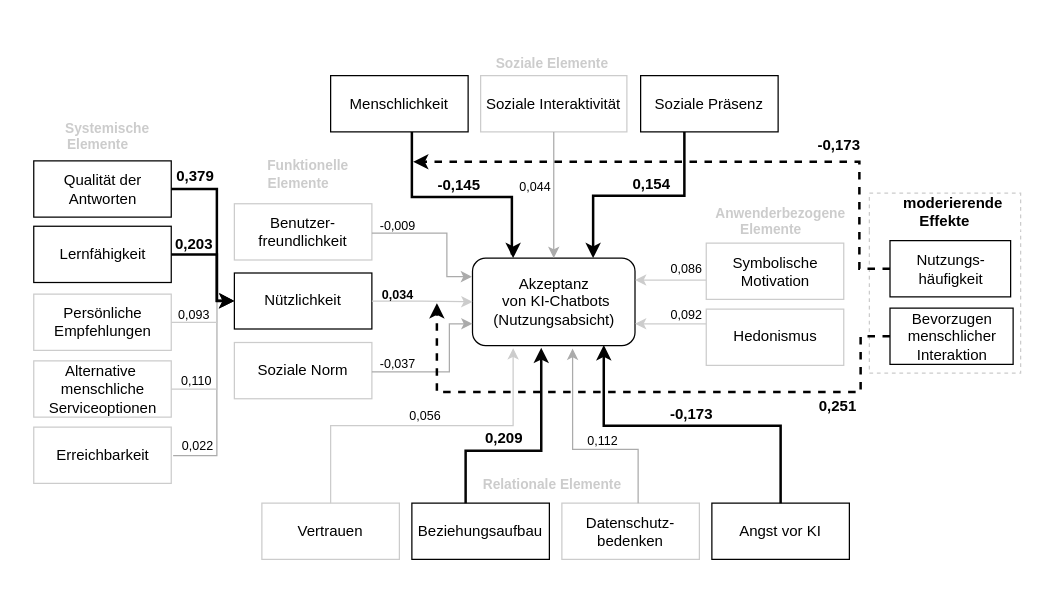
Above: page "Moderator" (6 of 6) of sRAM.drawio in Frododo12/Web-Technologie (draw.io), before the change. Source tidied: cells renumbered, new cells numbered last; positions are measured from the earlier drawing's top-left corner, leaving out a move shared by most shapes. Both pictures are drawn from the tidied source at 125%, with x=0, y=0 at pixel (21, 31).
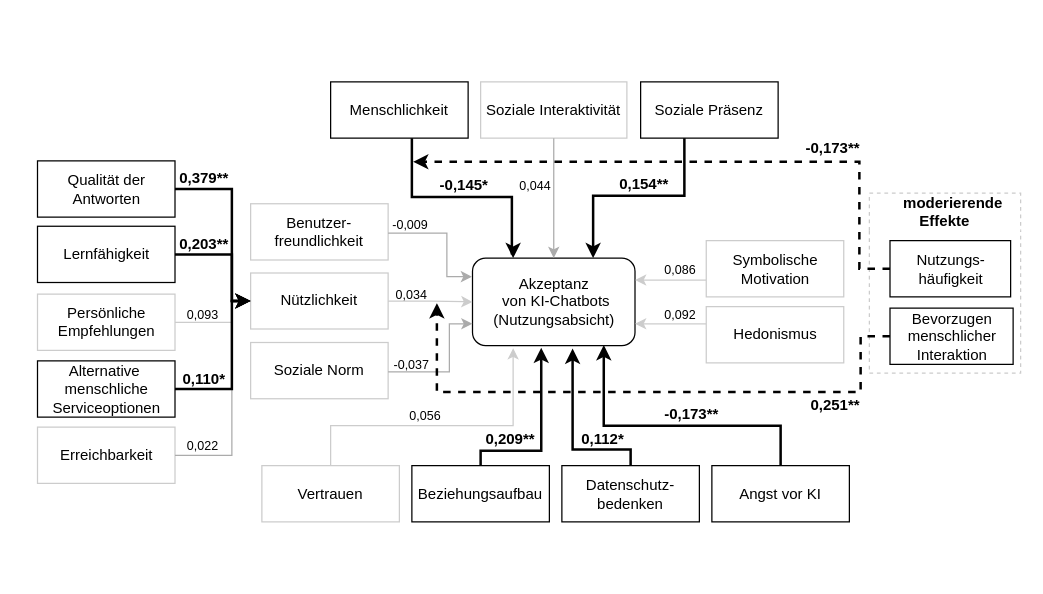
The same page after the edit.

Unchanged cells that the change refers to:
```xml
<mxCell id="2" value="Akzeptanz&lt;br&gt;&amp;nbsp;von KI-Chatbots&lt;br&gt;(Nutzungsabsicht)" style="rounded=1;whiteSpace=wrap;html=1;glass=0;shadow=0;strokeWidth=1;" parent="1" vertex="1">
  <mxGeometry x="360.5" y="181" width="130" height="70" as="geometry" />
</mxCell>
<mxCell id="20" value="Qualität der Antworten" style="rounded=0;whiteSpace=wrap;html=1;" parent="19" vertex="1">
  <mxGeometry x="9.5" y="42.2" width="110" height="45" as="geometry" />
</mxCell>
<mxCell id="21" value="Lernfähigkeit" style="rounded=0;whiteSpace=wrap;html=1;" parent="19" vertex="1">
  <mxGeometry x="9.5" y="94.5" width="110" height="45" as="geometry" />
</mxCell>
<mxCell id="22" value="Persönliche&lt;br&gt;Empfehlungen" style="rounded=0;whiteSpace=wrap;html=1;strokeColor=#CCCCCC;" parent="19" vertex="1">
  <mxGeometry x="9.5" y="148.8" width="110" height="45" as="geometry" />
</mxCell>
<mxCell id="24" value="Erreichbarkeit" style="rounded=0;whiteSpace=wrap;html=1;strokeColor=#CCCCCC;" parent="19" vertex="1">
  <mxGeometry x="9.5" y="255.2" width="110" height="45" as="geometry" />
</mxCell>
```

What changed in the source:
```diff
@@
+    <mxCell id="51" style="edgeStyle=orthogonalEdgeStyle;rounded=0;jettySize=auto;html=1;entryX=0;entryY=0.5;entryDx=0;entryDy=0;strokeWidth=1;strokeColor=#CCCCCC;" parent="1" edge="1" source="22" target="9">
+      <mxGeometry relative="1" as="geometry">
+        <Array as="points">
+          <mxPoint x="168" y="232" />
+          <mxPoint x="168" y="215" />
+        </Array>
+      </mxGeometry>
+    </mxCell>
@@
-    <mxCell id="3" value="&lt;font style=&quot;font-size: 11px;&quot;&gt;&lt;br&gt;Relationale Elemente&lt;/font&gt;" style="swimlane;whiteSpace=wrap;html=1;fillColor=#FFFFFF;strokeColor=none;swimlaneLine=0;verticalAlign=middle;fontColor=#CCCCCC;" parent="1" vertex="1">
-      <mxGeometry x="177" y="342" width="495" height="90" as="geometry" />
+    <mxCell id="3" style="swimlane;whiteSpace=wrap;html=1;fillColor=#FFFFFF;strokeColor=none;swimlaneLine=0;verticalAlign=middle;fontColor=#CCCCCC;" parent="1" vertex="1">
+      <mxGeometry x="177" y="326" width="495" height="101" as="geometry" />
     </mxCell>
-    <mxCell id="4" value="Datenschutz-bedenken" style="rounded=0;whiteSpace=wrap;html=1;strokeColor=#CCCCCC;" parent="3" vertex="1">
-      <mxGeometry x="255" y="35" width="110" height="45" as="geometry" />
-    </mxCell>
-    <mxCell id="5" value="Beziehungsaufbau" style="rounded=0;whiteSpace=wrap;html=1;" parent="3" vertex="1">
-      <mxGeometry x="135" y="35" width="110" height="45" as="geometry" />
-    </mxCell>
-    <mxCell id="6" value="Vertrauen" style="rounded=0;whiteSpace=wrap;html=1;strokeColor=#CCCCCC;" parent="3" vertex="1">
-      <mxGeometry x="15" y="35" width="110" height="45" as="geometry" />
-    </mxCell>
-    <mxCell id="7" value="Angst vor KI" style="rounded=0;whiteSpace=wrap;html=1;" parent="3" vertex="1">
-      <mxGeometry x="375" y="35" width="110" height="45" as="geometry" />
-    </mxCell>
-    <mxCell id="8" value="&lt;font color=&quot;#cccccc&quot;&gt;&amp;nbsp; &amp;nbsp; &amp;nbsp;Funktionelle Elemente&lt;/font&gt;" style="swimlane;whiteSpace=wrap;html=1;fillColor=#FFFFFF;startSize=29;strokeColor=none;fontSize=11;swimlaneLine=0;" parent="1" vertex="1">
-      <mxGeometry x="158" y="99" width="127" height="200" as="geometry" />
+    <mxCell id="8" value="&lt;font color=&quot;#cccccc&quot;&gt;&lt;br&gt;&lt;br&gt;&lt;/font&gt;" style="swimlane;whiteSpace=wrap;html=1;fillColor=#FFFFFF;startSize=29;strokeColor=none;fontSize=11;swimlaneLine=0;" parent="1" vertex="1">
+      <mxGeometry x="171" y="99" width="127" height="200" as="geometry" />
     </mxCell>
-    <mxCell id="9" value="Nützlichkeit" style="rounded=0;whiteSpace=wrap;html=1;strokeColor=#000000;" parent="8" vertex="1">
+    <mxCell id="9" value="Nützlichkeit" style="rounded=0;whiteSpace=wrap;html=1;strokeColor=#CCCCCC;" parent="8" vertex="1">
       <mxGeometry x="12" y="93.9" width="110" height="44.8" as="geometry" />
     </mxCell>
@@
-    <mxCell id="12" value="&lt;br&gt;&lt;br&gt;Soziale Elemente" style="swimlane;whiteSpace=wrap;html=1;fillColor=#FFFFFF;glass=0;shadow=0;strokeColor=none;fontSize=11;swimlaneLine=0;fontColor=#CCCCCC;" parent="1" vertex="1">
+    <mxCell id="12" value="&lt;br&gt;&lt;br&gt;&lt;br&gt;" style="swimlane;whiteSpace=wrap;html=1;fillColor=#FFFFFF;glass=0;shadow=0;strokeColor=none;fontSize=11;swimlaneLine=0;fontColor=#CCCCCC;" parent="1" vertex="1">
       <mxGeometry x="232" width="385" height="90" as="geometry" />
     </mxCell>
     <mxCell id="13" value="Soziale Interaktivität" style="rounded=0;whiteSpace=wrap;html=1;strokeColor=#CCCCCC;" parent="12" vertex="1">
-      <mxGeometry x="135" y="35" width="117" height="45" as="geometry" />
+      <mxGeometry x="135" y="40" width="117" height="45" as="geometry" />
     </mxCell>
     <mxCell id="14" value="Soziale Präsenz" style="rounded=0;whiteSpace=wrap;html=1;" parent="12" vertex="1">
-      <mxGeometry x="263" y="35" width="110" height="45" as="geometry" />
+      <mxGeometry x="263" y="40" width="110" height="45" as="geometry" />
     </mxCell>
     <mxCell id="15" value="Menschlichkeit" style="rounded=0;whiteSpace=wrap;html=1;" parent="12" vertex="1">
-      <mxGeometry x="15" y="35" width="110" height="45" as="geometry" />
+      <mxGeometry x="15" y="40" width="110" height="45" as="geometry" />
     </mxCell>
-    <mxCell id="16" value="&lt;br&gt;&amp;nbsp; &amp;nbsp; &amp;nbsp;Anwenderbezogene&lt;br style=&quot;border-color: var(--border-color); font-size: 11px;&quot;&gt;Elemente" style="swimlane;whiteSpace=wrap;html=1;startSize=30;fillColor=#FFFFFF;strokeColor=none;fontSize=11;swimlaneLine=0;fontColor=#CCCCCC;" parent="1" vertex="1">
-      <mxGeometry x="533" y="130" width="133" height="147" as="geometry" />
+    <mxCell id="16" style="swimlane;whiteSpace=wrap;html=1;startSize=30;fillColor=#FFFFFF;strokeColor=none;fontSize=11;swimlaneLine=0;fontColor=#CCCCCC;" parent="1" vertex="1">
+      <mxGeometry x="533" y="128" width="133" height="147" as="geometry" />
     </mxCell>
@@
-    <mxCell id="19" value="&lt;br&gt;&amp;nbsp; &amp;nbsp; &amp;nbsp;Systemische &lt;br style=&quot;font-size: 11px;&quot;&gt;Elemente" style="swimlane;whiteSpace=wrap;html=1;startSize=32;fillColor=#FFFFFF;strokeColor=none;fontSize=11;swimlaneLine=0;fontColor=#CCCCCC;" parent="1" vertex="1">
-      <mxGeometry y="61" width="122" height="310" as="geometry" />
+    <mxCell id="19" style="swimlane;whiteSpace=wrap;html=1;startSize=32;fillColor=#FFFFFF;strokeColor=none;fontSize=11;swimlaneLine=0;fontColor=#CCCCCC;" parent="1" vertex="1">
+      <mxGeometry x="3" y="61" width="122" height="310" as="geometry" />
     </mxCell>
@@
-    <mxCell id="23" value="Alternative&amp;nbsp;&lt;br&gt;menschliche Serviceoptionen" style="rounded=0;whiteSpace=wrap;html=1;strokeColor=#CCCCCC;" parent="19" vertex="1">
+    <mxCell id="23" value="Alternative&amp;nbsp;&lt;br&gt;menschliche Serviceoptionen" style="rounded=0;whiteSpace=wrap;html=1;strokeColor=#000000;" parent="19" vertex="1">
       <mxGeometry x="9.5" y="202.2" width="110" height="45" as="geometry" />
     </mxCell>
@@
-    <mxCell id="33" style="edgeStyle=orthogonalEdgeStyle;rounded=0;jettySize=auto;html=1;entryX=0.616;entryY=1.034;entryDx=0;entryDy=0;entryPerimeter=0;strokeColor=#ababab;" parent="1" edge="1" source="4" target="2">
+    <mxCell id="33" style="edgeStyle=orthogonalEdgeStyle;rounded=0;jettySize=auto;html=1;entryX=0.616;entryY=1.034;entryDx=0;entryDy=0;entryPerimeter=0;strokeColor=#000000;strokeWidth=2;exitX=0.5;exitY=0;exitDx=0;exitDy=0;" parent="1" edge="1" source="4" target="2">
       <mxGeometry relative="1" as="geometry">
         <Array as="points">
-          <mxPoint x="493" y="334" />
+          <mxPoint x="487" y="334" />
           <mxPoint x="441" y="334" />
         </Array>
       </mxGeometry>
     </mxCell>
@@
-    <mxCell id="36" style="edgeStyle=orthogonalEdgeStyle;rounded=0;jettySize=auto;html=1;entryX=0.423;entryY=1.024;entryDx=0;entryDy=0;entryPerimeter=0;strokeColor=#050505;strokeWidth=2;" parent="1" edge="1" source="5" target="2">
+    <mxCell id="36" style="edgeStyle=orthogonalEdgeStyle;rounded=0;jettySize=auto;html=1;entryX=0.423;entryY=1.024;entryDx=0;entryDy=0;entryPerimeter=0;strokeColor=#050505;strokeWidth=2;exitX=0.5;exitY=0;exitDx=0;exitDy=0;" parent="1" edge="1" source="5" target="2">
       <mxGeometry relative="1" as="geometry">
         <Array as="points">
-          <mxPoint x="355" y="335" />
-          <mxPoint x="415" y="335" />
+          <mxPoint x="367" y="335" />
+          <mxPoint x="416" y="335" />
         </Array>
       </mxGeometry>
     </mxCell>
-    <mxCell id="37" value="-0,145" style="text;html=1;strokeColor=none;fillColor=none;align=center;verticalAlign=middle;whiteSpace=wrap;rounded=0;opacity=0;fontSize=12;strokeWidth=1;fontStyle=1;" parent="1" vertex="1">
-      <mxGeometry x="329.5" y="110" width="40" height="25" as="geometry" />
+    <mxCell id="37" value="-0,145*" style="text;html=1;strokeColor=none;fillColor=none;align=center;verticalAlign=middle;whiteSpace=wrap;rounded=0;opacity=0;fontSize=12;strokeWidth=1;fontStyle=1;" parent="1" vertex="1">
+      <mxGeometry x="333.5" y="110" width="40" height="25" as="geometry" />
     </mxCell>
     <mxCell id="38" value="0,044" style="text;html=1;strokeColor=none;fillColor=none;align=center;verticalAlign=middle;whiteSpace=wrap;rounded=0;opacity=0;fontSize=10;" parent="1" vertex="1">
-      <mxGeometry x="391" y="111" width="40" height="25" as="geometry" />
+      <mxGeometry x="391" y="110" width="40" height="25" as="geometry" />
     </mxCell>
     <mxCell id="39" value="&lt;font style=&quot;font-size: 10px;&quot;&gt;-0,009&lt;/font&gt;" style="text;html=1;strokeColor=none;fillColor=none;align=center;verticalAlign=middle;whiteSpace=wrap;rounded=0;opacity=0;fontSize=20;" parent="1" vertex="1">
-      <mxGeometry x="281" y="138" width="40" height="25" as="geometry" />
+      <mxGeometry x="290.5" y="137" width="40" height="25" as="geometry" />
     </mxCell>
-    <mxCell id="40" value="0,154" style="text;html=1;strokeColor=none;fillColor=none;align=center;verticalAlign=middle;whiteSpace=wrap;rounded=0;opacity=0;fontSize=12;fontStyle=1;" parent="1" vertex="1">
-      <mxGeometry x="484" y="109" width="40" height="25" as="geometry" />
+    <mxCell id="40" value="0,154**" style="text;html=1;strokeColor=none;fillColor=none;align=center;verticalAlign=middle;whiteSpace=wrap;rounded=0;opacity=0;fontSize=12;fontStyle=1;" parent="1" vertex="1">
+      <mxGeometry x="478" y="109" width="40" height="25" as="geometry" />
     </mxCell>
     <mxCell id="41" value="&lt;font style=&quot;font-size: 10px;&quot;&gt;-0,037&lt;/font&gt;" style="text;html=1;strokeColor=none;fillColor=none;align=center;verticalAlign=middle;whiteSpace=wrap;rounded=0;opacity=0;fontSize=20;" parent="1" vertex="1">
-      <mxGeometry x="280.5" y="248" width="40" height="25" as="geometry" />
+      <mxGeometry x="291.5" y="249" width="40" height="25" as="geometry" />
     </mxCell>
-    <mxCell id="42" value="&lt;font size=&quot;1&quot; style=&quot;&quot;&gt;0,034&lt;/font&gt;" style="text;html=1;strokeColor=none;fillColor=none;align=center;verticalAlign=middle;whiteSpace=wrap;rounded=0;opacity=0;fontSize=20;fontStyle=1;" parent="1" vertex="1">
-      <mxGeometry x="281" y="193" width="40" height="25" as="geometry" />
+    <mxCell id="42" value="&lt;font size=&quot;1&quot; style=&quot;&quot;&gt;0,034&lt;/font&gt;" style="text;html=1;strokeColor=none;fillColor=none;align=center;verticalAlign=middle;whiteSpace=wrap;rounded=0;opacity=0;fontSize=20;fontStyle=0;" parent="1" vertex="1">
+      <mxGeometry x="292" y="193" width="40" height="25" as="geometry" />
     </mxCell>
-    <mxCell id="43" value="0,209" style="text;html=1;strokeColor=none;fillColor=none;align=center;verticalAlign=middle;whiteSpace=wrap;rounded=0;opacity=0;fontSize=12;fontStyle=1;" parent="1" vertex="1">
-      <mxGeometry x="365.5" y="312" width="40" height="25" as="geometry" />
+    <mxCell id="43" value="0,209**" style="text;html=1;strokeColor=none;fillColor=none;align=center;verticalAlign=middle;whiteSpace=wrap;rounded=0;opacity=0;fontSize=12;fontStyle=1;" parent="1" vertex="1">
+      <mxGeometry x="370.5" y="313" width="40" height="25" as="geometry" />
     </mxCell>
@@
-    <mxCell id="45" value="0,112" style="text;html=1;strokeColor=none;fillColor=none;align=center;verticalAlign=middle;whiteSpace=wrap;rounded=0;opacity=0;fontSize=10;fontStyle=0;" parent="1" vertex="1">
-      <mxGeometry x="444.5" y="314" width="40" height="25" as="geometry" />
+    <mxCell id="45" value="0,112*" style="text;html=1;strokeColor=none;fillColor=none;align=center;verticalAlign=middle;whiteSpace=wrap;rounded=0;opacity=0;fontSize=12;fontStyle=1;" parent="1" vertex="1">
+      <mxGeometry x="444.5" y="313" width="40" height="25" as="geometry" />
     </mxCell>
-    <mxCell id="46" value="-0,173" style="text;html=1;strokeColor=none;fillColor=none;align=center;verticalAlign=middle;whiteSpace=wrap;rounded=0;opacity=0;fontStyle=1;fontSize=12;" parent="1" vertex="1">
+    <mxCell id="46" value="-0,173**" style="text;html=1;strokeColor=none;fillColor=none;align=center;verticalAlign=middle;whiteSpace=wrap;rounded=0;opacity=0;fontStyle=1;fontSize=12;" parent="1" vertex="1">
       <mxGeometry x="515.5" y="293" width="40" height="25" as="geometry" />
     </mxCell>
     <mxCell id="47" value="0,092" style="text;html=1;strokeColor=none;fillColor=none;align=center;verticalAlign=middle;whiteSpace=wrap;rounded=0;opacity=0;fontSize=10;fontStyle=0;" parent="1" vertex="1">
-      <mxGeometry x="512" y="213" width="40" height="25" as="geometry" />
+      <mxGeometry x="507" y="213" width="40" height="25" as="geometry" />
     </mxCell>
     <mxCell id="48" value="0,086" style="text;html=1;strokeColor=none;fillColor=none;align=center;verticalAlign=middle;whiteSpace=wrap;rounded=0;opacity=0;fontSize=10;fontStyle=0;" parent="1" vertex="1">
-      <mxGeometry x="511.5" y="176" width="40" height="25" as="geometry" />
+      <mxGeometry x="506.5" y="177" width="40" height="25" as="geometry" />
     </mxCell>
-    <mxCell id="49" style="edgeStyle=orthogonalEdgeStyle;rounded=0;jettySize=auto;html=1;entryX=0;entryY=0.5;entryDx=0;entryDy=0;strokeColor=#ababab;exitX=0;exitY=1;exitDx=0;exitDy=0;" parent="1" edge="1" source="57" target="9">
+    <mxCell id="49" style="edgeStyle=orthogonalEdgeStyle;rounded=0;jettySize=auto;html=1;entryX=0;entryY=0.5;entryDx=0;entryDy=0;strokeColor=#ababab;exitX=1;exitY=0.5;exitDx=0;exitDy=0;" parent="1" edge="1" source="24" target="9">
       <mxGeometry relative="1" as="geometry">
         <Array as="points">
-          <mxPoint x="156" y="339" />
-          <mxPoint x="156" y="215" />
+          <mxPoint x="168" y="339" />
+          <mxPoint x="168" y="215" />
         </Array>
       </mxGeometry>
     </mxCell>
-    <mxCell id="50" style="edgeStyle=orthogonalEdgeStyle;rounded=0;jettySize=auto;html=1;entryX=0;entryY=0.5;entryDx=0;entryDy=0;strokeColor=#CCCCCC;" parent="1" edge="1" source="23" target="9">
+    <mxCell id="50" style="edgeStyle=orthogonalEdgeStyle;rounded=0;jettySize=auto;html=1;entryX=0;entryY=0.5;entryDx=0;entryDy=0;strokeColor=#000000;strokeWidth=2;" parent="1" edge="1" source="23" target="9">
       <mxGeometry relative="1" as="geometry">
         <Array as="points">
-          <mxPoint x="156" y="286" />
-          <mxPoint x="156" y="215" />
+          <mxPoint x="168" y="286" />
+          <mxPoint x="168" y="215" />
         </Array>
       </mxGeometry>
     </mxCell>
-    <mxCell id="51" style="edgeStyle=orthogonalEdgeStyle;rounded=0;jettySize=auto;html=1;entryX=0;entryY=0.5;entryDx=0;entryDy=0;strokeWidth=1;strokeColor=#CCCCCC;" parent="1" edge="1" source="22" target="9">
-      <mxGeometry relative="1" as="geometry">
-        <Array as="points">
-          <mxPoint x="156" y="232" />
-          <mxPoint x="156" y="215" />
-        </Array>
-      </mxGeometry>
-    </mxCell>
     <mxCell id="52" style="edgeStyle=orthogonalEdgeStyle;rounded=0;jettySize=auto;html=1;entryX=0;entryY=0.5;entryDx=0;entryDy=0;strokeWidth=2;" parent="1" edge="1" source="21" target="9">
       <mxGeometry relative="1" as="geometry">
         <Array as="points">
-          <mxPoint x="156" y="178" />
-          <mxPoint x="156" y="215" />
-          <mxPoint x="157" y="215" />
+          <mxPoint x="168" y="178" />
+          <mxPoint x="168" y="215" />
         </Array>
       </mxGeometry>
     </mxCell>
     <mxCell id="53" style="edgeStyle=orthogonalEdgeStyle;rounded=0;jettySize=auto;html=1;entryX=0;entryY=0.5;entryDx=0;entryDy=0;strokeWidth=2;" parent="1" edge="1" source="20" target="9">
       <mxGeometry relative="1" as="geometry">
         <Array as="points">
-          <mxPoint x="156" y="126" />
-          <mxPoint x="156" y="215" />
+          <mxPoint x="168" y="126" />
+          <mxPoint x="168" y="215" />
         </Array>
       </mxGeometry>
     </mxCell>
-    <mxCell id="54" value="&lt;font style=&quot;font-size: 12px;&quot;&gt;0,379&lt;/font&gt;" style="text;html=1;strokeColor=none;fillColor=none;align=center;verticalAlign=middle;whiteSpace=wrap;rounded=0;opacity=0;fontSize=12;fontStyle=1;" parent="1" vertex="1">
-      <mxGeometry x="118.5" y="103" width="40" height="25" as="geometry" />
+    <mxCell id="54" value="&lt;font style=&quot;font-size: 12px;&quot;&gt;0,379**&lt;/font&gt;" style="text;html=1;strokeColor=none;fillColor=none;align=center;verticalAlign=middle;whiteSpace=wrap;rounded=0;opacity=0;fontSize=12;fontStyle=1;" parent="1" vertex="1">
+      <mxGeometry x="125.5" y="104" width="40" height="25" as="geometry" />
     </mxCell>
-    <mxCell id="55" value="&lt;font style=&quot;font-size: 12px;&quot;&gt;0,203&lt;/font&gt;" style="text;html=1;strokeColor=none;fillColor=none;align=center;verticalAlign=middle;whiteSpace=wrap;rounded=0;opacity=0;fontSize=12;fontStyle=1;" parent="1" vertex="1">
-      <mxGeometry x="117.5" y="157" width="40" height="25" as="geometry" />
+    <mxCell id="55" value="&lt;font style=&quot;font-size: 12px;&quot;&gt;0,203**&lt;/font&gt;" style="text;html=1;strokeColor=none;fillColor=none;align=center;verticalAlign=middle;whiteSpace=wrap;rounded=0;opacity=0;fontSize=12;fontStyle=1;" parent="1" vertex="1">
+      <mxGeometry x="125.5" y="157" width="40" height="25" as="geometry" />
     </mxCell>
-    <mxCell id="56" value="&lt;font style=&quot;font-size: 10px;&quot;&gt;0,110&lt;/font&gt;" style="text;html=1;strokeColor=none;fillColor=none;align=center;verticalAlign=middle;whiteSpace=wrap;rounded=0;opacity=0;fontSize=20;" parent="1" vertex="1">
-      <mxGeometry x="120" y="262" width="40" height="25" as="geometry" />
+    <mxCell id="56" value="&lt;font style=&quot;font-size: 12px;&quot;&gt;0,110*&lt;/font&gt;" style="text;html=1;strokeColor=none;fillColor=none;align=center;verticalAlign=middle;whiteSpace=wrap;rounded=0;opacity=0;fontSize=12;fontStyle=1;" parent="1" vertex="1">
+      <mxGeometry x="125.5" y="265" width="40" height="25" as="geometry" />
     </mxCell>
     <mxCell id="57" value="&lt;font style=&quot;font-size: 10px;&quot;&gt;0,022&lt;/font&gt;" style="text;html=1;strokeColor=none;fillColor=none;align=center;verticalAlign=middle;whiteSpace=wrap;rounded=0;opacity=0;fontSize=20;" parent="1" vertex="1">
-      <mxGeometry x="121" y="314" width="40" height="25" as="geometry" />
+      <mxGeometry x="125" y="314" width="40" height="25" as="geometry" />
     </mxCell>
     <mxCell id="58" value="&lt;font style=&quot;font-size: 10px;&quot;&gt;0,093&lt;/font&gt;" style="text;html=1;strokeColor=none;fillColor=none;align=center;verticalAlign=middle;whiteSpace=wrap;rounded=0;opacity=0;fontSize=10;fontStyle=0;" parent="1" vertex="1">
-      <mxGeometry x="117.5" y="213" width="40" height="25" as="geometry" />
+      <mxGeometry x="124.5" y="213" width="39.5" height="25" as="geometry" />
     </mxCell>
@@
-    <mxCell id="63" value="0,251" style="text;html=1;strokeColor=none;fillColor=none;align=center;verticalAlign=middle;whiteSpace=wrap;rounded=0;opacity=0;fontStyle=1;fontSize=12;" parent="1" vertex="1">
-      <mxGeometry x="633" y="287" width="40" height="25" as="geometry" />
+    <mxCell id="63" value="0,251**" style="text;html=1;strokeColor=none;fillColor=none;align=center;verticalAlign=middle;whiteSpace=wrap;rounded=0;opacity=0;fontStyle=1;fontSize=12;" parent="1" vertex="1">
+      <mxGeometry x="631" y="286" width="40" height="25" as="geometry" />
     </mxCell>
@@
-    <mxCell id="65" value="-0,173" style="text;html=1;strokeColor=none;fillColor=none;align=center;verticalAlign=middle;whiteSpace=wrap;rounded=0;opacity=0;fontStyle=1;fontSize=12;" parent="1" vertex="1">
-      <mxGeometry x="634" y="78" width="40" height="25" as="geometry" />
+    <mxCell id="65" value="-0,173**" style="text;html=1;strokeColor=none;fillColor=none;align=center;verticalAlign=middle;whiteSpace=wrap;rounded=0;opacity=0;fontStyle=1;fontSize=12;" parent="1" vertex="1">
+      <mxGeometry x="629" y="80" width="40" height="25" as="geometry" />
     </mxCell>
+    <mxCell id="4" value="Datenschutz-bedenken" style="rounded=0;whiteSpace=wrap;html=1;strokeColor=#000000;fontStyle=0;" parent="1" vertex="1">
+      <mxGeometry x="432" y="347" width="110" height="45" as="geometry" />
+    </mxCell>
+    <mxCell id="5" value="Beziehungsaufbau" style="rounded=0;whiteSpace=wrap;html=1;" parent="1" vertex="1">
+      <mxGeometry x="312" y="347" width="110" height="45" as="geometry" />
+    </mxCell>
+    <mxCell id="6" value="Vertrauen" style="rounded=0;whiteSpace=wrap;html=1;strokeColor=#CCCCCC;" parent="1" vertex="1">
+      <mxGeometry x="192" y="347" width="110" height="45" as="geometry" />
+    </mxCell>
+    <mxCell id="7" value="Angst vor KI" style="rounded=0;whiteSpace=wrap;html=1;" parent="1" vertex="1">
+      <mxGeometry x="552" y="347" width="110" height="45" as="geometry" />
+    </mxCell>
```
